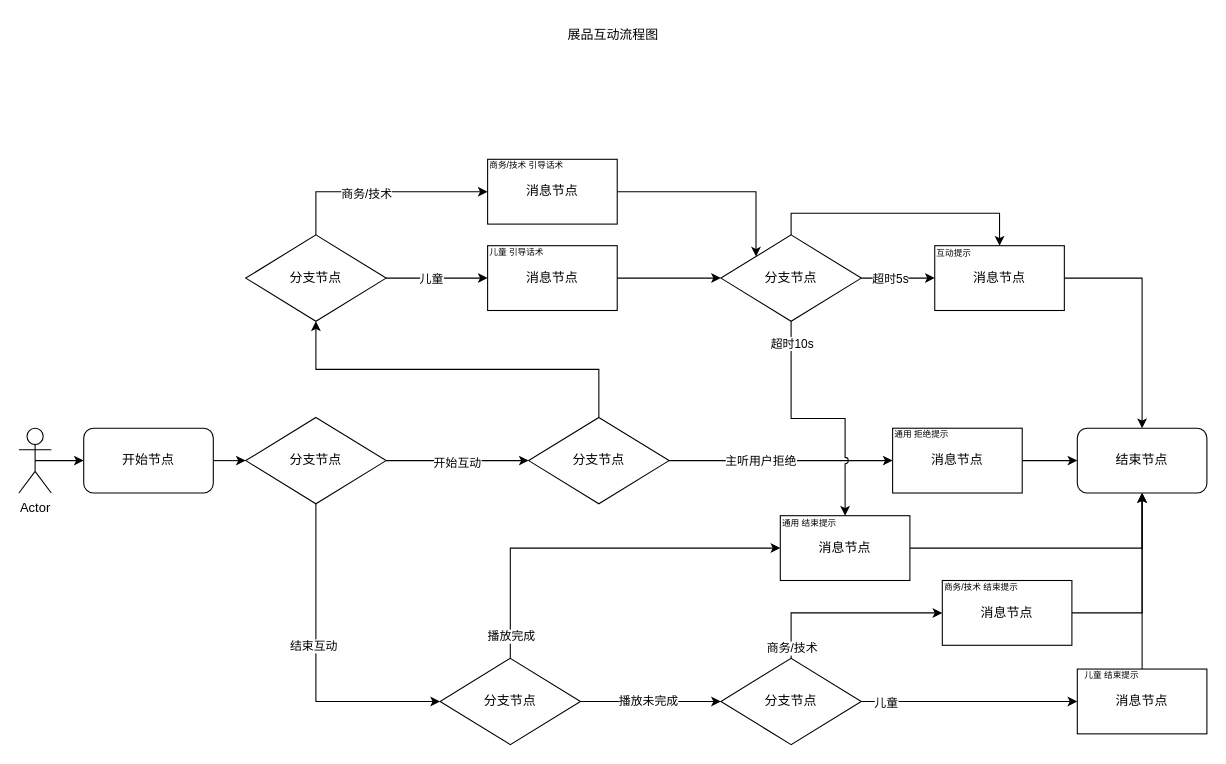
Earlier version of the draw.io diagram 7.展品互动.drawio (huaxiaojilzg/workflow_draw). Source tidied: cells renumbered, new cells numbered last; positions are measured from the earlier drawing's top-left corner, leaving out a move shared by most shapes. Both pictures are drawn from the tidied source at 108%, with x=0, y=0 at pixel (18, 18).
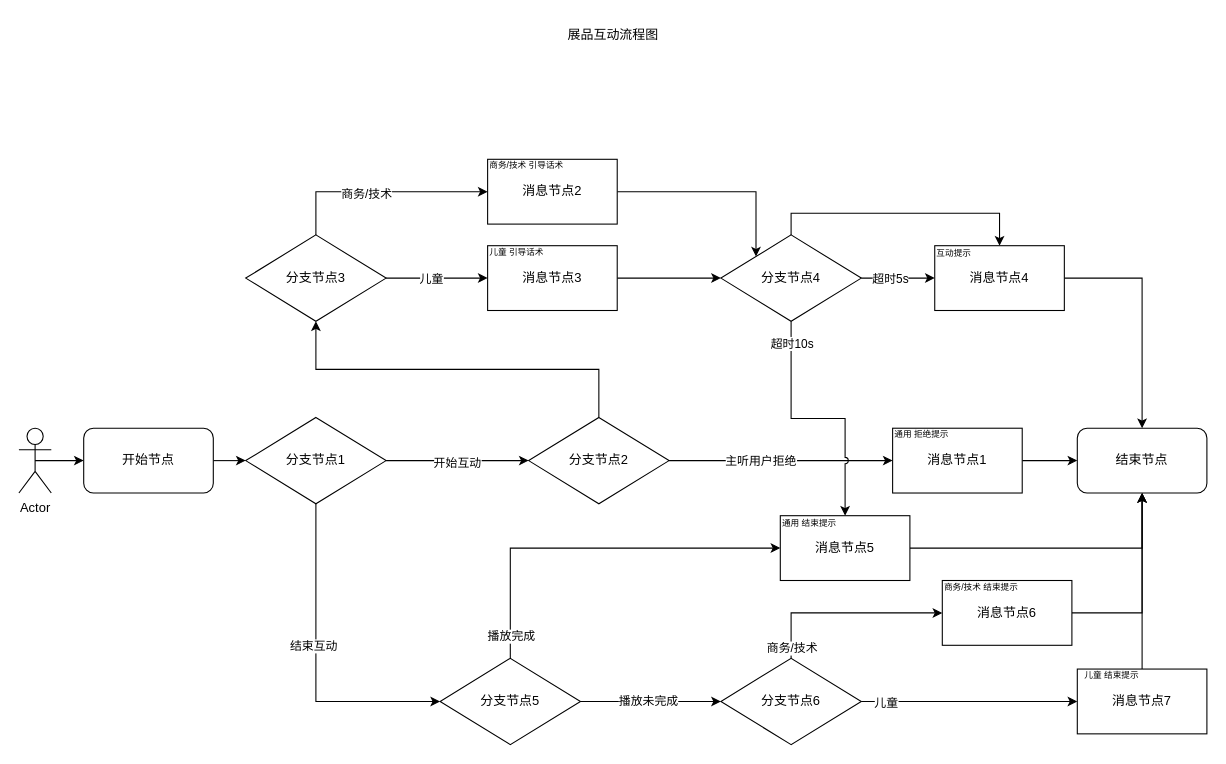
The same page after the edit.

Commit message:
更新7.展品互动.drawio

What changed in the source:
```diff
@@
-    <mxCell id="12" value="分支节点" style="rhombus;whiteSpace=wrap;html=1;" parent="1" vertex="1">
+    <mxCell id="12" value="分支节点2" style="rhombus;whiteSpace=wrap;html=1;" parent="1" vertex="1">
       <mxGeometry x="472" y="369" width="130" height="80" as="geometry" />
     </mxCell>
@@
-    <mxCell id="15" value="分支节点" style="rhombus;whiteSpace=wrap;html=1;" parent="1" vertex="1">
+    <mxCell id="15" value="分支节点1" style="rhombus;whiteSpace=wrap;html=1;" parent="1" vertex="1">
       <mxGeometry x="210" y="369" width="130" height="80" as="geometry" />
     </mxCell>
@@
-    <mxCell id="20" value="分支节点" style="rhombus;whiteSpace=wrap;html=1;direction=west;" parent="1" vertex="1">
+    <mxCell id="20" value="分支节点5" style="rhombus;whiteSpace=wrap;html=1;direction=west;" parent="1" vertex="1">
       <mxGeometry x="390" y="592" width="130" height="80" as="geometry" />
     </mxCell>
@@
-    <mxCell id="26" value="分支节点" style="rhombus;whiteSpace=wrap;html=1;" parent="1" vertex="1">
+    <mxCell id="26" value="分支节点4" style="rhombus;whiteSpace=wrap;html=1;" parent="1" vertex="1">
       <mxGeometry x="650" y="200" width="130" height="80" as="geometry" />
     </mxCell>
@@
-    <mxCell id="31" value="分支节点" style="rhombus;whiteSpace=wrap;html=1;direction=west;" parent="1" vertex="1">
+    <mxCell id="31" value="分支节点6" style="rhombus;whiteSpace=wrap;html=1;direction=west;" parent="1" vertex="1">
       <mxGeometry x="650" y="592" width="130" height="80" as="geometry" />
     </mxCell>
@@
-    <mxCell id="35" value="分支节点" style="rhombus;whiteSpace=wrap;html=1;" parent="1" vertex="1">
+    <mxCell id="35" value="分支节点3" style="rhombus;whiteSpace=wrap;html=1;" parent="1" vertex="1">
       <mxGeometry x="210" y="200" width="130" height="80" as="geometry" />
     </mxCell>
@@
-    <mxCell id="39" value="消息节点" style="rounded=0;whiteSpace=wrap;html=1;" parent="1" vertex="1">
+    <mxCell id="39" value="消息节点2" style="rounded=0;whiteSpace=wrap;html=1;" parent="1" vertex="1">
       <mxGeometry x="434" y="130" width="120" height="60" as="geometry" />
     </mxCell>
@@
-    <mxCell id="41" value="消息节点" style="rounded=0;whiteSpace=wrap;html=1;" parent="1" vertex="1">
+    <mxCell id="41" value="消息节点3" style="rounded=0;whiteSpace=wrap;html=1;" parent="1" vertex="1">
       <mxGeometry x="434" y="210" width="120" height="60" as="geometry" />
     </mxCell>
@@
-    <mxCell id="43" value="消息节点" style="rounded=0;whiteSpace=wrap;html=1;" parent="1" vertex="1">
+    <mxCell id="43" value="消息节点4" style="rounded=0;whiteSpace=wrap;html=1;" parent="1" vertex="1">
       <mxGeometry x="848" y="210" width="120" height="60" as="geometry" />
     </mxCell>
@@
-    <mxCell id="45" value="消息节点" style="rounded=0;whiteSpace=wrap;html=1;" parent="1" vertex="1">
+    <mxCell id="45" value="消息节点6" style="rounded=0;whiteSpace=wrap;html=1;" parent="1" vertex="1">
       <mxGeometry x="855" y="520" width="120" height="60" as="geometry" />
     </mxCell>
-    <mxCell id="46" value="消息节点" style="rounded=0;whiteSpace=wrap;html=1;" parent="1" vertex="1">
+    <mxCell id="46" value="消息节点7" style="rounded=0;whiteSpace=wrap;html=1;" parent="1" vertex="1">
       <mxGeometry x="980" y="602" width="120" height="60" as="geometry" />
     </mxCell>
@@
-    <mxCell id="51" value="消息节点" style="rounded=0;whiteSpace=wrap;html=1;" parent="1" vertex="1">
+    <mxCell id="51" value="消息节点5" style="rounded=0;whiteSpace=wrap;html=1;" parent="1" vertex="1">
       <mxGeometry x="705" y="460" width="120" height="60" as="geometry" />
     </mxCell>
@@
-    <mxCell id="54" value="消息节点" style="rounded=0;whiteSpace=wrap;html=1;" parent="1" vertex="1">
+    <mxCell id="54" value="消息节点1" style="rounded=0;whiteSpace=wrap;html=1;" parent="1" vertex="1">
       <mxGeometry x="809" y="379" width="120" height="60" as="geometry" />
     </mxCell>
```
